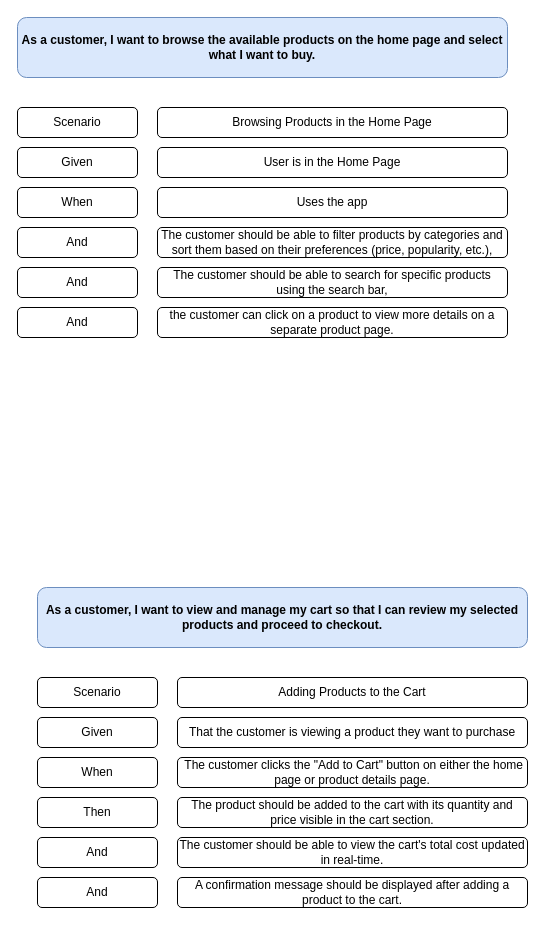
SammDumpingStation/Activities-With-Draw.io keeps this draw.io diagram as page "User Story and Acceptance Criteria" (3 of 5) of Midterm_Lab_SE.drawio. Above is the earlier version. Source tidied: cells renumbered, new cells numbered last; positions are measured from the earlier drawing's top-left corner, leaving out a move shared by most shapes. Both pictures are drawn from the tidied source at 100%, with x=0, y=0 at pixel (17, 17).
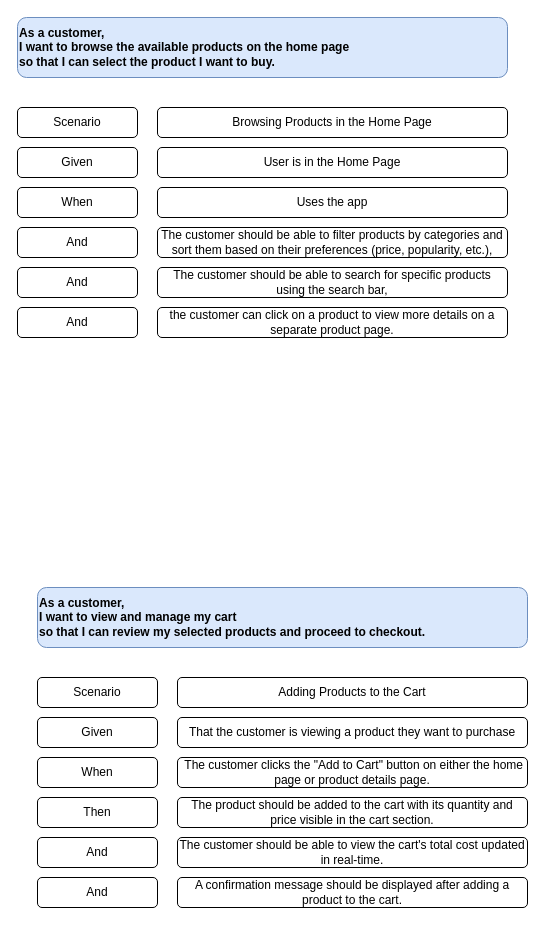
Above is the later version.

What changed in the source:
```diff
@@
-    <mxCell id="2" value="&lt;b&gt;As a customer, I want to browse the available products on the home page and select what I want to buy.&lt;/b&gt;" style="rounded=1;whiteSpace=wrap;html=1;fillColor=#dae8fc;strokeColor=#6c8ebf;" parent="1" vertex="1">
+    <mxCell id="2" value="&lt;b&gt;As a customer,&amp;nbsp;&lt;/b&gt;&lt;div&gt;&lt;b&gt;I want to browse the available products on the home page&amp;nbsp;&lt;/b&gt;&lt;/div&gt;&lt;div&gt;&lt;b&gt;so that I can select the product I want to buy.&lt;/b&gt;&lt;/div&gt;" style="rounded=1;whiteSpace=wrap;html=1;fillColor=#dae8fc;strokeColor=#6c8ebf;align=left;" parent="1" vertex="1">
       <mxGeometry width="490" height="60" as="geometry" />
     </mxCell>
@@
-    <mxCell id="15" value="&lt;b&gt;As a customer, I want to view and manage my cart so that I can review my selected products and proceed to checkout.&lt;/b&gt;" style="rounded=1;whiteSpace=wrap;html=1;fillColor=#dae8fc;strokeColor=#6c8ebf;" parent="1" vertex="1">
+    <mxCell id="15" value="&lt;b&gt;As a customer,&amp;nbsp;&lt;/b&gt;&lt;div&gt;&lt;b&gt;I want to view and manage my cart&amp;nbsp;&lt;/b&gt;&lt;/div&gt;&lt;div&gt;&lt;b&gt;so that I can review my selected products and proceed to checkout.&lt;/b&gt;&lt;/div&gt;" style="rounded=1;whiteSpace=wrap;html=1;fillColor=#dae8fc;strokeColor=#6c8ebf;align=left;" parent="1" vertex="1">
       <mxGeometry x="20" y="570" width="490" height="60" as="geometry" />
     </mxCell>
```
